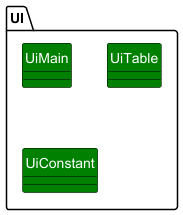
Earlier version of the PlantUML export docs/diagrams/class-diagrams/UI.png (irfandeen/tp).
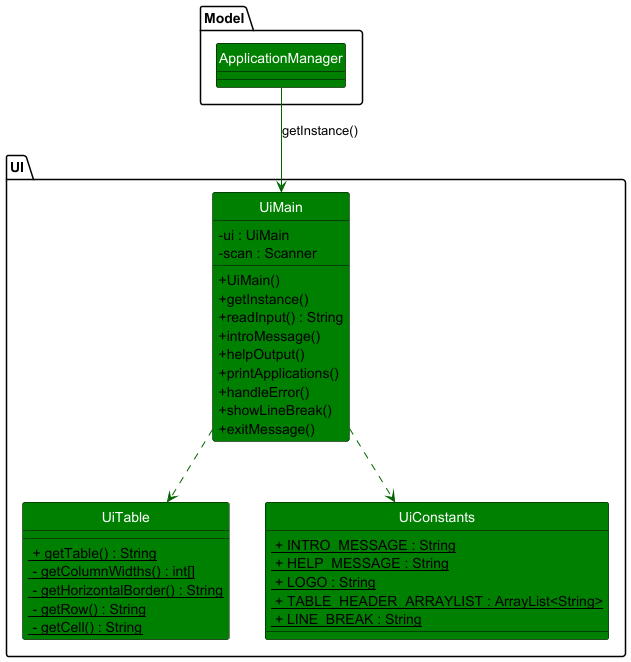
After the change.

The edit, as a diff of the source:
```diff
@@ -1,14 +1,52 @@
 @startuml
+
+skinparam ClassAttributeIconSize 0
 skinparam classBackgroundColor green
 skinparam classBorderColor black
 skinparam classArrowColor darkgreen
 skinparam classFontColor white
 hide circle
 
-package  UI {
-    class UiMain
-    class UiTable
-    class UiConstant
+package Model {
+    class ApplicationManager
 }
 
+package UI as UiPackage {
+    class UiMain {
+        - ui : UiMain
+        - scan : Scanner
+
+        + UiMain()
+        + getInstance()
+        + readInput() : String
+        + introMessage()
+        + helpOutput()
+        + printApplications()
+        + handleError()
+        + showLineBreak()
+        + exitMessage()
+    }
+    class UiTable {
+        <u> + getTable() : String
+        <u> - getColumnWidths() : int[]
+        <u> - getHorizontalBorder() : String
+        <u> - getRow() : String
+        <u> - getCell() : String
+
+    }
+    class UiConstants {
+        <u> + INTRO_MESSAGE : String
+        <u> + HELP_MESSAGE : String
+        <u> + LOGO : String
+        <u> + TABLE_HEADER_ARRAYLIST : ArrayList<String>
+        <u> + LINE_BREAK : String
+    }
+}
+
+ApplicationManager << (X,#FFFFFF) >>
+ApplicationManager --> UiMain : getInstance()
+
+UiMain ..> UiTable
+UiMain ..> UiConstants
+
 @enduml
```
